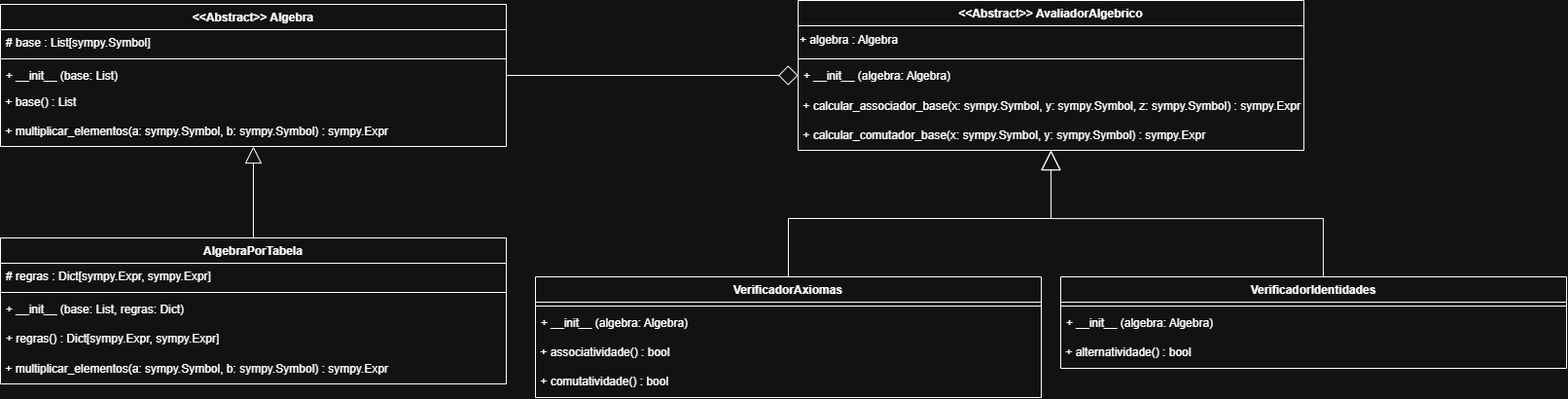
Above: diagrama.drawio.png in LukasBueno/estruturas-nao-associativas-com-python (draw.io), before the change. Source tidied: cells renumbered, new cells last; positions are measured from the earlier drawing's top-left corner, leaving out a move shared by most shapes.
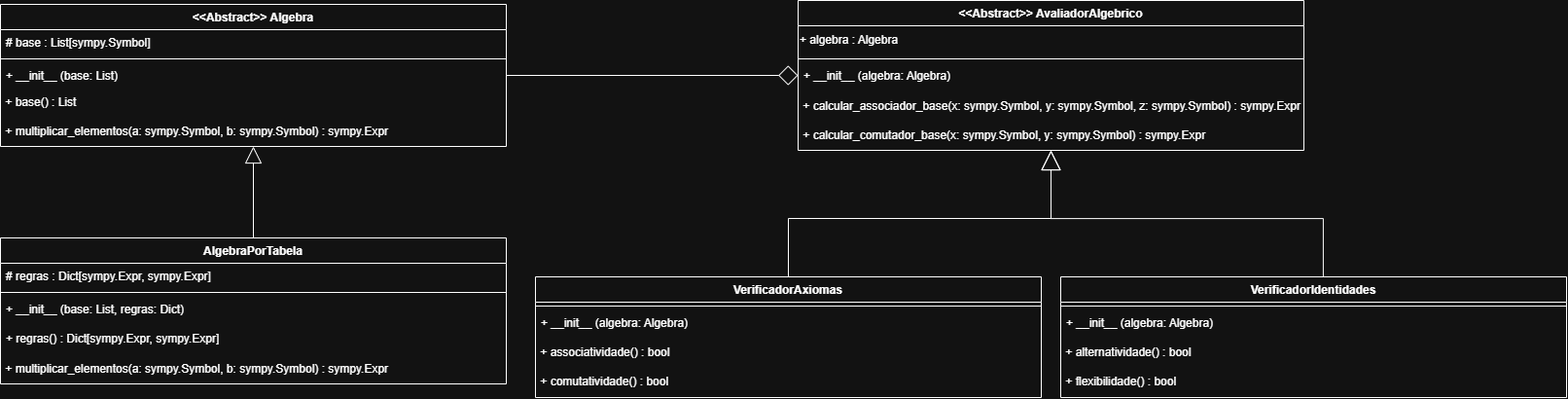
After the commit.

Commit message:
docs: ajusta o diagrama de classes para o calculo da flexibilidade

What changed in the source:
```diff
@@ -89,7 +89,7 @@
       </mxGeometry>
     </mxCell>
     <mxCell id="29" value="VerificadorIdentidades" style="swimlane;fontStyle=1;align=center;verticalAlign=top;horizontal=1;startSize=26;whiteSpace=wrap;html=1;" parent="1" vertex="1">
-      <mxGeometry x="1090" y="284" width="520" height="94" as="geometry" />
+      <mxGeometry x="1090" y="284" width="520" height="124" as="geometry" />
     </mxCell>
     <mxCell id="30" style="line;strokeWidth=1;fillColor=none;align=left;verticalAlign=middle;spacingTop=-1;spacingLeft=3;spacingRight=3;labelPosition=right;strokeColor=inherit;" parent="29" vertex="1">
       <mxGeometry y="26" width="520" height="8" as="geometry" />
@@ -100,5 +100,8 @@
     <mxCell id="32" value="&amp;nbsp;+ alternatividade() : bool" style="text;html=1;whiteSpace=wrap;strokeColor=none;fillColor=none;align=left;verticalAlign=top;rounded=0;" parent="29" vertex="1">
       <mxGeometry y="64" width="520" height="30" as="geometry" />
     </mxCell>
+    <mxCell id="33" value="&amp;nbsp;+ flexibilidade() : bool" style="text;html=1;whiteSpace=wrap;strokeColor=none;fillColor=none;align=left;verticalAlign=top;rounded=0;" parent="29" vertex="1">
+      <mxGeometry y="94" width="520" height="30" as="geometry" />
+    </mxCell>
   </root>
 </mxGraphModel>
```
